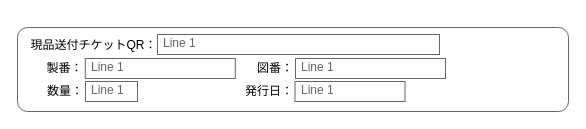
Above: page "機構品_入力項目" (3 of 6) of 別保管データ移行ツール.drawio in kikezawa/drowio (draw.io), before the change. Source tidied: cells renumbered, new cells numbered last; positions are measured from the earlier drawing's top-left corner, leaving out a move shared by most shapes. Both pictures are drawn from the tidied source at 100%, with x=0, y=0 at pixel (17, 17).
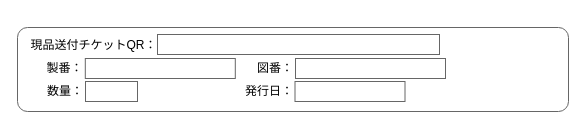
Above is the later version.

What changed in the source:
```diff
@@
 <mxGraphModel>
   <root>
     <mxCell id="0" />
     <mxCell id="1" parent="0" />
     <mxCell id="2" style="shape=mxgraph.mockup.containers.marginRect;rectMarginTop=10;strokeColor=#666666;strokeWidth=1;dashed=0;rounded=1;arcSize=5;" parent="1" vertex="1">
       <mxGeometry width="551" height="94" as="geometry" />
     </mxCell>
     <mxCell id="3" value="現品送付チケットQR：" style="text;html=1;strokeColor=none;fillColor=none;align=center;verticalAlign=middle;whiteSpace=wrap;rounded=0;fontSize=12;" parent="1" vertex="1">
       <mxGeometry x="11" y="17" width="131" height="22" as="geometry" />
     </mxCell>
     <mxCell id="4" value="図番：" style="text;html=1;strokeColor=none;fillColor=none;align=center;verticalAlign=middle;whiteSpace=wrap;rounded=0;fontSize=12;" parent="1" vertex="1">
       <mxGeometry x="233" y="39" width="50" height="24" as="geometry" />
     </mxCell>
     <mxCell id="5" value="数量：" style="text;html=1;strokeColor=none;fillColor=none;align=center;verticalAlign=middle;whiteSpace=wrap;rounded=0;fontSize=12;" parent="1" vertex="1">
       <mxGeometry x="22" y="64" width="51.5" height="20" as="geometry" />
     </mxCell>
-    <mxCell id="6" value="Line 1" style="strokeWidth=1;shadow=0;dashed=0;align=center;html=1;shape=mxgraph.mockup.text.textBox;fontColor=#666666;align=left;fontSize=12;spacingLeft=4;spacingTop=-3;strokeColor=#666666;mainText=;" parent="1" vertex="1">
+    <mxCell id="6" value="&amp;nbsp;" style="strokeWidth=1;shadow=0;dashed=0;align=center;html=1;shape=mxgraph.mockup.text.textBox;fontColor=#666666;align=left;fontSize=12;spacingLeft=4;spacingTop=-3;strokeColor=#666666;mainText=;" parent="1" vertex="1">
       <mxGeometry x="140" y="17" width="282" height="20" as="geometry" />
     </mxCell>
-    <mxCell id="7" value="Line 1" style="strokeWidth=1;shadow=0;dashed=0;align=center;html=1;shape=mxgraph.mockup.text.textBox;fontColor=#666666;align=left;fontSize=12;spacingLeft=4;spacingTop=-3;strokeColor=#666666;mainText=;" parent="1" vertex="1">
+    <mxCell id="7" value="&amp;nbsp;" style="strokeWidth=1;shadow=0;dashed=0;align=center;html=1;shape=mxgraph.mockup.text.textBox;fontColor=#666666;align=left;fontSize=12;spacingLeft=4;spacingTop=-3;strokeColor=#666666;mainText=;" parent="1" vertex="1">
       <mxGeometry x="278" y="41" width="150" height="20" as="geometry" />
     </mxCell>
-    <mxCell id="8" value="Line 1" style="strokeWidth=1;shadow=0;dashed=0;align=center;html=1;shape=mxgraph.mockup.text.textBox;fontColor=#666666;align=left;fontSize=12;spacingLeft=4;spacingTop=-3;strokeColor=#666666;mainText=;" parent="1" vertex="1">
+    <mxCell id="8" value="&amp;nbsp;" style="strokeWidth=1;shadow=0;dashed=0;align=center;html=1;shape=mxgraph.mockup.text.textBox;fontColor=#666666;align=left;fontSize=12;spacingLeft=4;spacingTop=-3;strokeColor=#666666;mainText=;" parent="1" vertex="1">
       <mxGeometry x="68" y="64" width="52" height="20" as="geometry" />
     </mxCell>
     <mxCell id="9" value="製番：" style="text;html=1;strokeColor=none;fillColor=none;align=center;verticalAlign=middle;whiteSpace=wrap;rounded=0;fontSize=12;" parent="1" vertex="1">
       <mxGeometry x="12" y="39" width="71" height="24" as="geometry" />
     </mxCell>
-    <mxCell id="10" value="Line 1" style="strokeWidth=1;shadow=0;dashed=0;align=center;html=1;shape=mxgraph.mockup.text.textBox;fontColor=#666666;align=left;fontSize=12;spacingLeft=4;spacingTop=-3;strokeColor=#666666;mainText=;" parent="1" vertex="1">
+    <mxCell id="10" value="&amp;nbsp;" style="strokeWidth=1;shadow=0;dashed=0;align=center;html=1;shape=mxgraph.mockup.text.textBox;fontColor=#666666;align=left;fontSize=12;spacingLeft=4;spacingTop=-3;strokeColor=#666666;mainText=;" parent="1" vertex="1">
       <mxGeometry x="67.8" y="41" width="150" height="20" as="geometry" />
     </mxCell>
     <mxCell id="11" value="発行日：" style="text;html=1;strokeColor=none;fillColor=none;align=center;verticalAlign=middle;whiteSpace=wrap;rounded=0;fontSize=12;" parent="1" vertex="1">
       <mxGeometry x="226" y="64" width="51.5" height="20" as="geometry" />
     </mxCell>
-    <mxCell id="12" value="Line 1" style="strokeWidth=1;shadow=0;dashed=0;align=center;html=1;shape=mxgraph.mockup.text.textBox;fontColor=#666666;align=left;fontSize=12;spacingLeft=4;spacingTop=-3;strokeColor=#666666;mainText=;" parent="1" vertex="1">
+    <mxCell id="12" value="&amp;nbsp;" style="strokeWidth=1;shadow=0;dashed=0;align=center;html=1;shape=mxgraph.mockup.text.textBox;fontColor=#666666;align=left;fontSize=12;spacingLeft=4;spacingTop=-3;strokeColor=#666666;mainText=;" parent="1" vertex="1">
       <mxGeometry x="277.5" y="64" width="110" height="20" as="geometry" />
     </mxCell>
   </root>
 </mxGraphModel>
```
